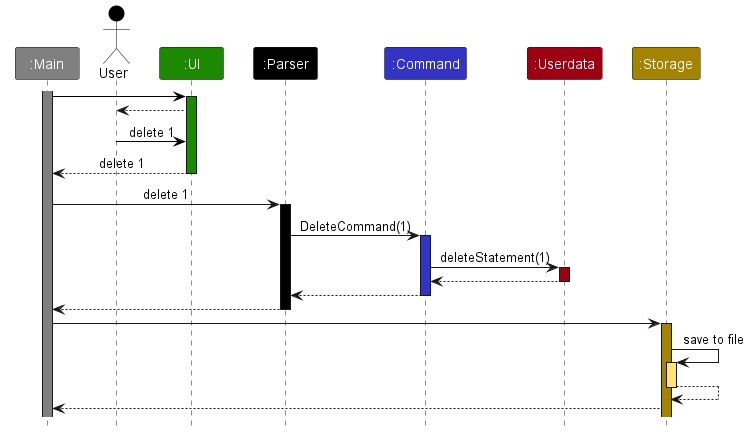
Earlier version of the PlantUML export docs/images/DeveloperGuide/ArchitectureSequence.png (nus-cs2113-AY2223S2/tp).
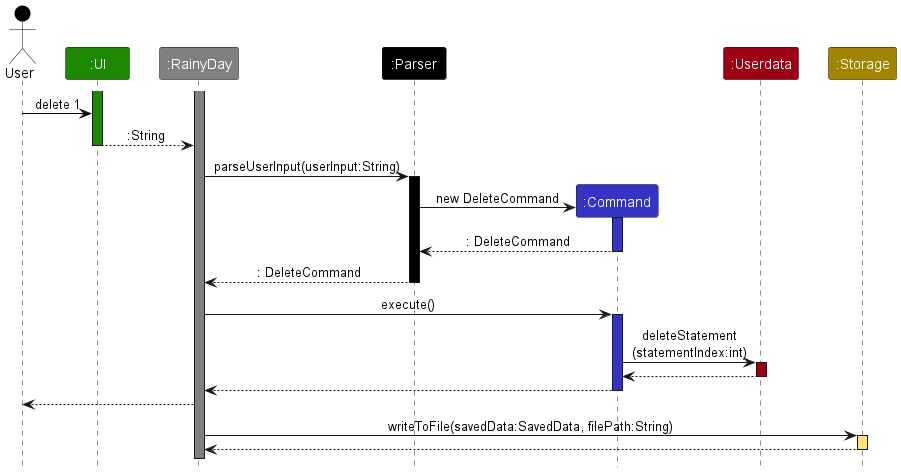
Later version of the same file.

Commit message:
update architecture sequence diagram

The edit, as a diff of the source:
```diff
@@ -1,44 +1,47 @@
 @startuml
 !include style.puml
 
-Participant ":Main" as main #grey
 Actor User as user USER_COLOR
 Participant ":UI" as ui UI_COLOR
+Participant ":RainyDay" as main #grey
+Participant ":RainyDay" as main #grey
 Participant ":Parser" as parser #black
 Participant ":Command" as command COMMAND_COLOR
 Participant ":Userdata" as userdata USERDATA_COLOR
 Participant ":Storage" as storage STORAGE_COLOR
 
+activate ui UI_COLOR
 activate main #grey
-main -[USER_COLOR]> ui
-activate ui UI_COLOR
-ui --> user
 user -[USER_COLOR]> ui : delete 1
-ui --> main : delete 1
+ui --> main : :String
 deactivate ui
 
-main -> parser : delete 1
+main -> parser : parseUserInput(userInput:String)
 activate parser #black
 
-parser -> command :DeleteCommand(1)
+create command
+parser -> command : new DeleteCommand
 activate command COMMAND_COLOR
 
-command -> userdata :deleteStatement(1)
+command --> parser : : DeleteCommand
+deactivate command
+parser --> main : : DeleteCommand
+deactivate parser
+
+main -> command : execute()
+activate command COMMAND_COLOR
+command -> userdata :deleteStatement\n(statementIndex:int)
 activate userdata USERDATA_COLOR
 userdata --> command
 deactivate userdata
-command --> parser
+command --> main
 deactivate command
-parser --> main
-deactivate parser
-deactivate ui
 
-main -> storage
-activate storage STORAGE_COLOR
-storage -> storage : save to file
+main --> user
+
+main -> storage : writeToFile(savedData:SavedData, filePath:String)
 activate storage STORAGE_COLOR_T1
-storage --> storage
+storage --> main
 deactivate storage
-storage --> main
 
 @enduml
```
